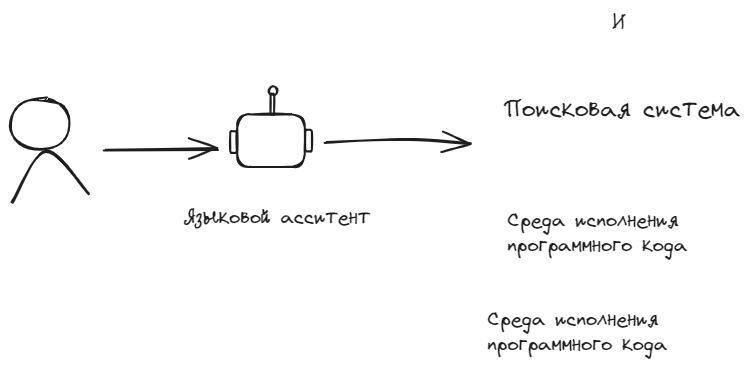
Before: images/theory/llm/tool.excalidraw.png, a diagram exported from Excalidraw (NMashalov/EducationGenerativeModelApplication). Source tidied: one line per element, renumbered; positions are measured from the earlier drawing's top-left corner, leaving out a move shared by most shapes. Its diagram source:
```json
{"id": 0, "type": "rectangle", "strokeColor": "#1e1e1e", "strokeWidth": 2, "roughness": 1, "round": true, "x": 227, "y": 104, "width": 68, "height": 52}
{"id": 1, "type": "rectangle", "strokeColor": "#1e1e1e", "strokeWidth": 2, "roughness": 1, "round": true, "x": 220, "y": 121, "width": 7, "height": 22}
{"id": 2, "type": "rectangle", "strokeColor": "#1e1e1e", "strokeWidth": 2, "roughness": 1, "round": true, "x": 295, "y": 120, "width": 7, "height": 22}
{"id": 3, "type": "rectangle", "strokeColor": "#1e1e1e", "strokeWidth": 2, "roughness": 1, "round": true, "x": 261, "y": 84, "width": 4, "height": 21}
{"id": 4, "type": "ellipse", "strokeColor": "#1e1e1e", "strokeWidth": 2, "roughness": 1, "round": true, "x": 259, "y": 76, "width": 8, "height": 9}
{"id": 5, "type": "arrow", "strokeColor": "#1e1e1e", "strokeWidth": 2, "roughness": 1, "endArrowhead": "arrow", "round": true, "to": 1, "x": 95, "y": 139, "width": 113, "height": 0, "points": [[0, 0], [113, 0]]}
{"id": 6, "type": "line", "strokeColor": "#1e1e1e", "strokeWidth": 2, "roughness": 1, "round": true, "x": 2, "y": 192, "width": 75, "height": 51, "points": [[0, 0], [33, -51], [75, -7]]}
{"id": 7, "type": "ellipse", "strokeColor": "#1e1e1e", "strokeWidth": 2, "roughness": 1, "round": true, "x": 0, "y": 88, "width": 60, "height": 51}
{"id": 8, "type": "text", "text": "Поисковая система", "strokeColor": "#1e1e1e", "strokeWidth": 2, "roughness": 1, "fontSize": 24.81, "fontFamily": 1, "x": 493, "y": 85, "width": 238, "height": 31}
{"id": 9, "type": "arrow", "strokeColor": "#1e1e1e", "strokeWidth": 2, "roughness": 1, "endArrowhead": "arrow", "round": true, "from": 2, "x": 315, "y": 133, "width": 144, "height": 5, "points": [[0, 0], [82, -3], [144, 2]]}
{"id": 10, "type": "text", "text": "Среда исполнения\nпрограммного кода", "strokeColor": "#1e1e1e", "strokeWidth": 2, "roughness": 1, "fontSize": 20, "fontFamily": 1, "x": 497, "y": 198, "width": 180, "height": 50}
{"id": 11, "type": "text", "text": "Среда исполнения\nпрограммного кода", "strokeColor": "#1e1e1e", "strokeWidth": 2, "roughness": 1, "fontSize": 20, "fontFamily": 1, "x": 477, "y": 297, "width": 180, "height": 50}
{"id": 12, "type": "text", "text": "И", "strokeColor": "#1e1e1e", "strokeWidth": 2, "roughness": 1, "fontSize": 20, "fontFamily": 1, "x": 602, "y": 0, "width": 13, "height": 25}
{"id": 13, "type": "text", "text": "Языковой асситент", "strokeColor": "#1e1e1e", "strokeWidth": 2, "roughness": 1, "fontSize": 20, "fontFamily": 1, "x": 174, "y": 195, "width": 186, "height": 25}
```
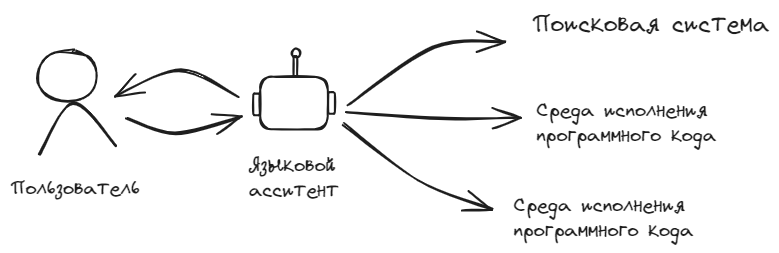
After the commit.

Change to the diagram source:
```diff
@@ -3,12 +3,15 @@
 {"id": 2, "type": "rectangle", "strokeColor": "#1e1e1e", "strokeWidth": 2, "roughness": 1, "round": true, "x": 295, "y": 120, "width": 7, "height": 22}
 {"id": 3, "type": "rectangle", "strokeColor": "#1e1e1e", "strokeWidth": 2, "roughness": 1, "round": true, "x": 261, "y": 84, "width": 4, "height": 21}
 {"id": 4, "type": "ellipse", "strokeColor": "#1e1e1e", "strokeWidth": 2, "roughness": 1, "round": true, "x": 259, "y": 76, "width": 8, "height": 9}
-{"id": 5, "type": "arrow", "strokeColor": "#1e1e1e", "strokeWidth": 2, "roughness": 1, "endArrowhead": "arrow", "round": true, "to": 1, "x": 95, "y": 139, "width": 113, "height": 0, "points": [[0, 0], [113, 0]]}
+{"id": 5, "type": "arrow", "strokeColor": "#1e1e1e", "strokeWidth": 2, "roughness": 1, "endArrowhead": "arrow", "round": true, "to": 1, "x": 94, "y": 145, "width": 113, "height": 16, "points": [[0, 0], [49, 16], [113, 0]]}
-{"id": 6, "type": "line", "strokeColor": "#1e1e1e", "strokeWidth": 2, "roughness": 1, "round": true, "x": 2, "y": 192, "width": 75, "height": 51, "points": [[0, 0], [33, -51], [75, -7]]}
+{"id": 6, "type": "line", "strokeColor": "#1e1e1e", "strokeWidth": 2, "roughness": 1, "round": true, "x": 7, "y": 181, "width": 75, "height": 51, "points": [[0, 0], [33, -51], [75, -7]]}
-{"id": 7, "type": "ellipse", "strokeColor": "#1e1e1e", "strokeWidth": 2, "roughness": 1, "round": true, "x": 0, "y": 88, "width": 60, "height": 51}
+{"id": 7, "type": "ellipse", "strokeColor": "#1e1e1e", "strokeWidth": 2, "roughness": 1, "round": true, "x": 4, "y": 78, "width": 60, "height": 51}
-{"id": 8, "type": "text", "text": "Поисковая система", "strokeColor": "#1e1e1e", "strokeWidth": 2, "roughness": 1, "fontSize": 24.81, "fontFamily": 1, "x": 493, "y": 85, "width": 238, "height": 31}
+{"id": 8, "type": "text", "text": "Поисковая система", "strokeColor": "#1e1e1e", "strokeWidth": 2, "roughness": 1, "fontSize": 24.81, "fontFamily": 1, "x": 499, "y": 38, "width": 238, "height": 31}
-{"id": 9, "type": "arrow", "strokeColor": "#1e1e1e", "strokeWidth": 2, "roughness": 1, "endArrowhead": "arrow", "round": true, "from": 2, "x": 315, "y": 133, "width": 144, "height": 5, "points": [[0, 0], [82, -3], [144, 2]]}
+{"id": 9, "type": "arrow", "strokeColor": "#1e1e1e", "strokeWidth": 2, "roughness": 1, "endArrowhead": "arrow", "round": true, "from": 2, "x": 315, "y": 133, "width": 156, "height": 62, "points": [[0, 0], [85, -58], [156, -62]]}
-{"id": 10, "type": "text", "text": "Среда исполнения\nпрограммного кода", "strokeColor": "#1e1e1e", "strokeWidth": 2, "roughness": 1, "fontSize": 20, "fontFamily": 1, "x": 497, "y": 198, "width": 180, "height": 50}
+{"id": 10, "type": "text", "text": "Среда исполнения\nпрограммного кода", "strokeColor": "#1e1e1e", "strokeWidth": 2, "roughness": 1, "fontSize": 20, "fontFamily": 1, "x": 503, "y": 126, "width": 180, "height": 50}
-{"id": 11, "type": "text", "text": "Среда исполнения\nпрограммного кода", "strokeColor": "#1e1e1e", "strokeWidth": 2, "roughness": 1, "fontSize": 20, "fontFamily": 1, "x": 477, "y": 297, "width": 180, "height": 50}
+{"id": 11, "type": "text", "text": "Среда исполнения\nпрограммного кода", "strokeColor": "#1e1e1e", "strokeWidth": 2, "roughness": 1, "fontSize": 20, "fontFamily": 1, "x": 480, "y": 221, "width": 180, "height": 50}
-{"id": 12, "type": "text", "text": "И", "strokeColor": "#1e1e1e", "strokeWidth": 2, "roughness": 1, "fontSize": 20, "fontFamily": 1, "x": 602, "y": 0, "width": 13, "height": 25}
-{"id": 13, "type": "text", "text": "Языковой асситент", "strokeColor": "#1e1e1e", "strokeWidth": 2, "roughness": 1, "fontSize": 20, "fontFamily": 1, "x": 174, "y": 195, "width": 186, "height": 25}
+{"id": 13, "type": "text", "text": "Языковой\nасситент", "strokeColor": "#1e1e1e", "strokeWidth": 2, "roughness": 1, "fontSize": 20, "fontFamily": 1, "x": 216, "y": 181, "width": 90, "height": 50}
+{"id": 14, "type": "arrow", "strokeColor": "#1e1e1e", "strokeWidth": 2, "roughness": 1, "endArrowhead": "arrow", "round": true, "from": 2, "x": 314, "y": 139, "width": 172, "height": 7, "points": [[0, 0], [98, 7], [172, 7]]}
+{"id": 15, "type": "text", "text": "Пользователь", "strokeColor": "#1e1e1e", "strokeWidth": 2, "roughness": 1, "fontSize": 20, "fontFamily": 1, "x": -23, "y": 205, "width": 130, "height": 25}
+{"id": 16, "type": "arrow", "strokeColor": "#1e1e1e", "strokeWidth": 2, "roughness": 1, "endArrowhead": "arrow", "round": true, "from": 1, "x": 206, "y": 125, "width": 123, "height": 27, "points": [[0, 0], [-59, -27], [-123, -1]]}
+{"id": 17, "type": "arrow", "strokeColor": "#1e1e1e", "strokeWidth": 2, "roughness": 1, "endArrowhead": "arrow", "round": true, "from": 2, "x": 310, "y": 152, "width": 149, "height": 85, "points": [[0, 0], [76, 57], [149, 85]]}
```
